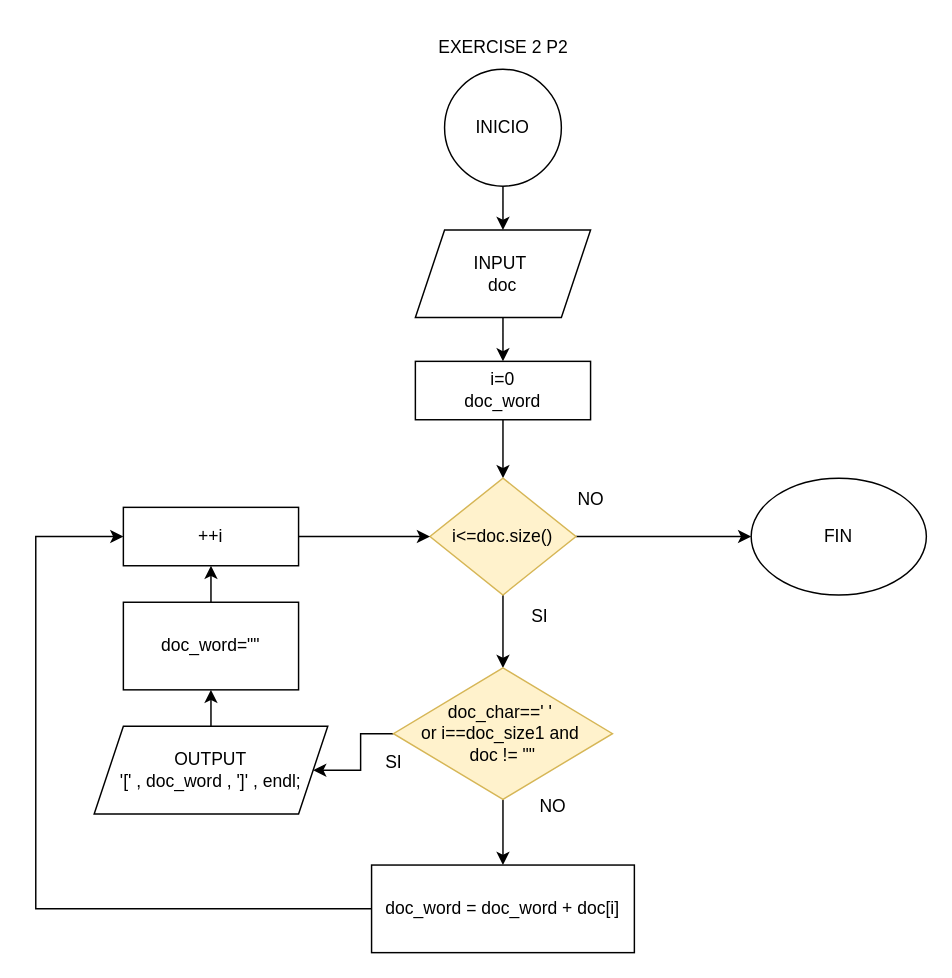
This is Untitled Diagram.drawio from Huaritex/Diagrama-de-Flujo, a draw.io file, before an edit. Source tidied: cells renumbered, new cells numbered last; positions are measured from the earlier drawing's top-left corner, leaving out a move shared by most shapes. Both pictures are drawn from the tidied source at 146%, with x=0, y=0 at pixel (35, 25).
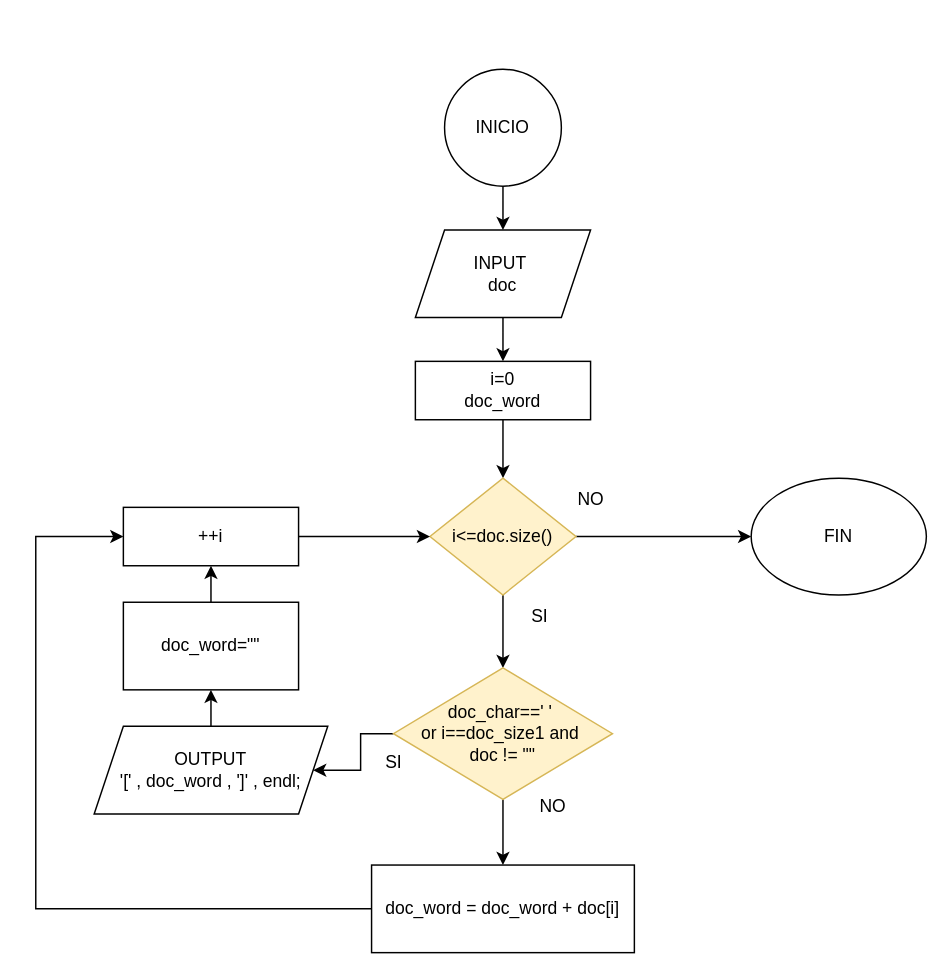
The same diagram, later.

Change to the diagram source:
```diff
@@
-    <mxCell id="2" value="EXERCISE 2 P2" style="text;html=1;align=center;verticalAlign=middle;strokeColor=none;fillColor=none;" parent="1" vertex="1">
-      <mxGeometry x="265" width="110" height="30" as="geometry" />
-    </mxCell>
```
